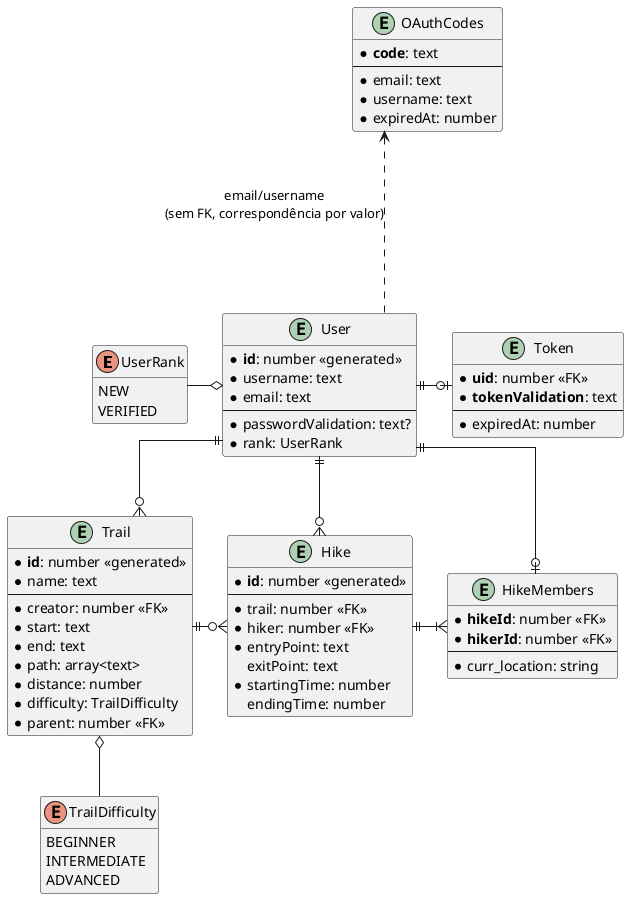
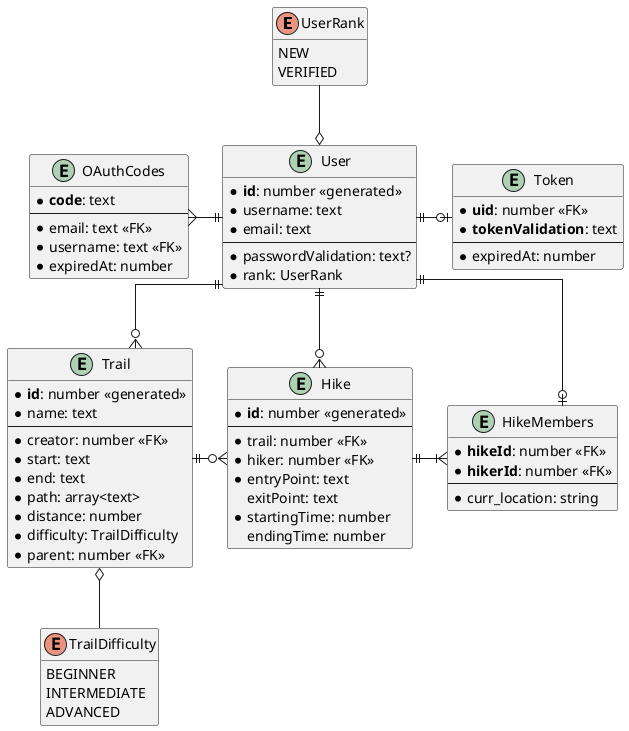
@startuml
'https://plantuml.com/class-diagram

hide empty members
skinparam linetype ortho

enum UserRank {
    NEW
    VERIFIED
}

enum TrailDifficulty {
    BEGINNER
    INTERMEDIATE
    ADVANCED
}

entity User {
    * **id**: number <<generated>>
    * username: text
    * email: text
    --
    * passwordValidation: text?
    * rank: UserRank
}

entity Token {
    * **uid**: number <<FK>>
    * **tokenValidation**: text
    --
    * expiredAt: number
}

entity Trail {
    * **id**: number <<generated>>
    * name: text
    --
    * creator: number <<FK>>
    * start: text
    * end: text
    * path: array<text>
    * distance: number
    * difficulty: TrailDifficulty
    * parent: number <<FK>>
}

entity Hike {
    * **id**: number <<generated>>
    --
    * trail: number <<FK>>
    * hiker: number <<FK>>
    * entryPoint: text
    exitPoint: text
    * startingTime: number
    endingTime: number
}

entity HikeMembers {
    * **hikeId**: number <<FK>>
    * **hikerId**: number <<FK>>
    --
    * curr_location: string
}

entity OAuthCodes {
    * **code**: text
    --
-     * email: text
-     * username: text
+     * email: text <<FK>>
+     * username: text <<FK>>
    * expiredAt: number
}

- User o-left- UserRank
+ User o-up- UserRank
Trail o-- TrailDifficulty

User ||-o| Token
Token -[hidden]right- OAuthCodes
- User ..up..> OAuthCodes : email/username\n(sem FK, correspondência por valor)
+ User ||-left{ OAuthCodes

User ||-down-o{ Trail
User ||--o{ Hike
Trail ||-o{ Hike
Hike ||-right-|{ HikeMembers
User ||-o| HikeMembers
@enduml